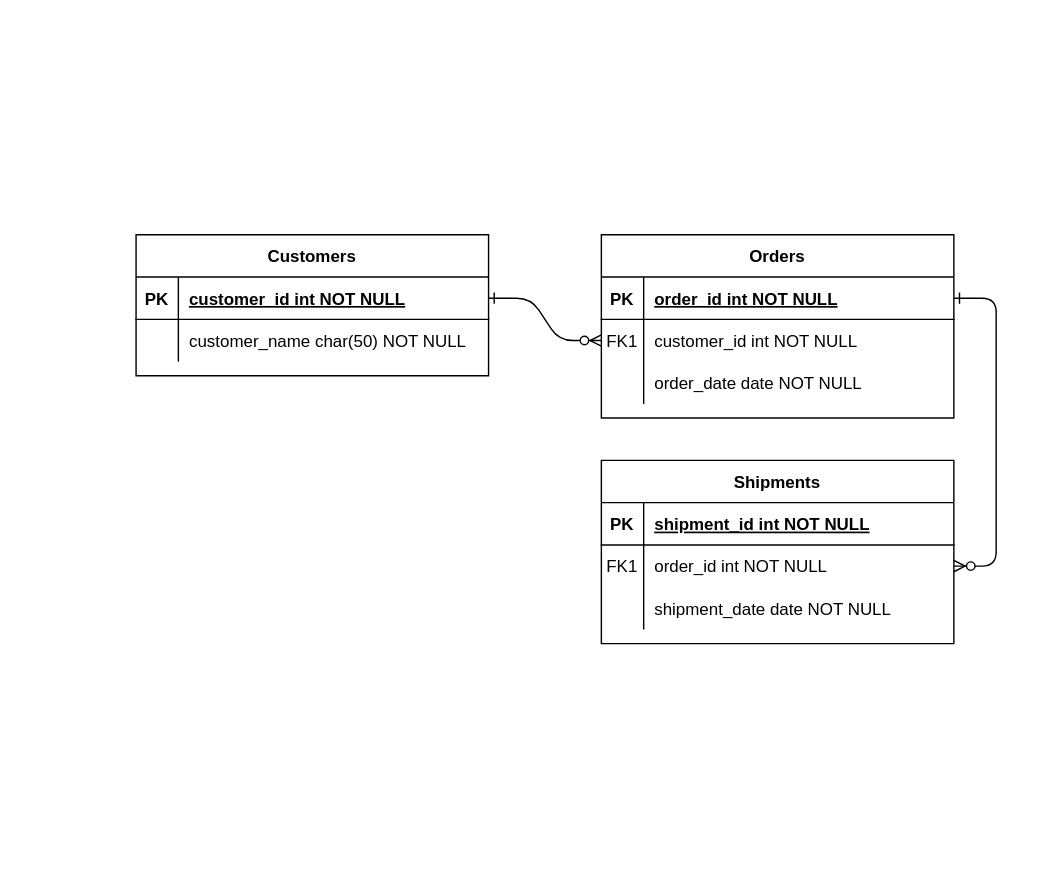
The draw.io diagram page "Page-1" (1 of 3) of ERmodel_practice1017.drawio in marco79811/ER_model, before the edit. Source tidied: cells renumbered, new cells numbered last; positions are measured from the earlier drawing's top-left corner, leaving out a move shared by most shapes. Both pictures are drawn from the tidied source at 141%, with x=0, y=0 at pixel (135, 234).
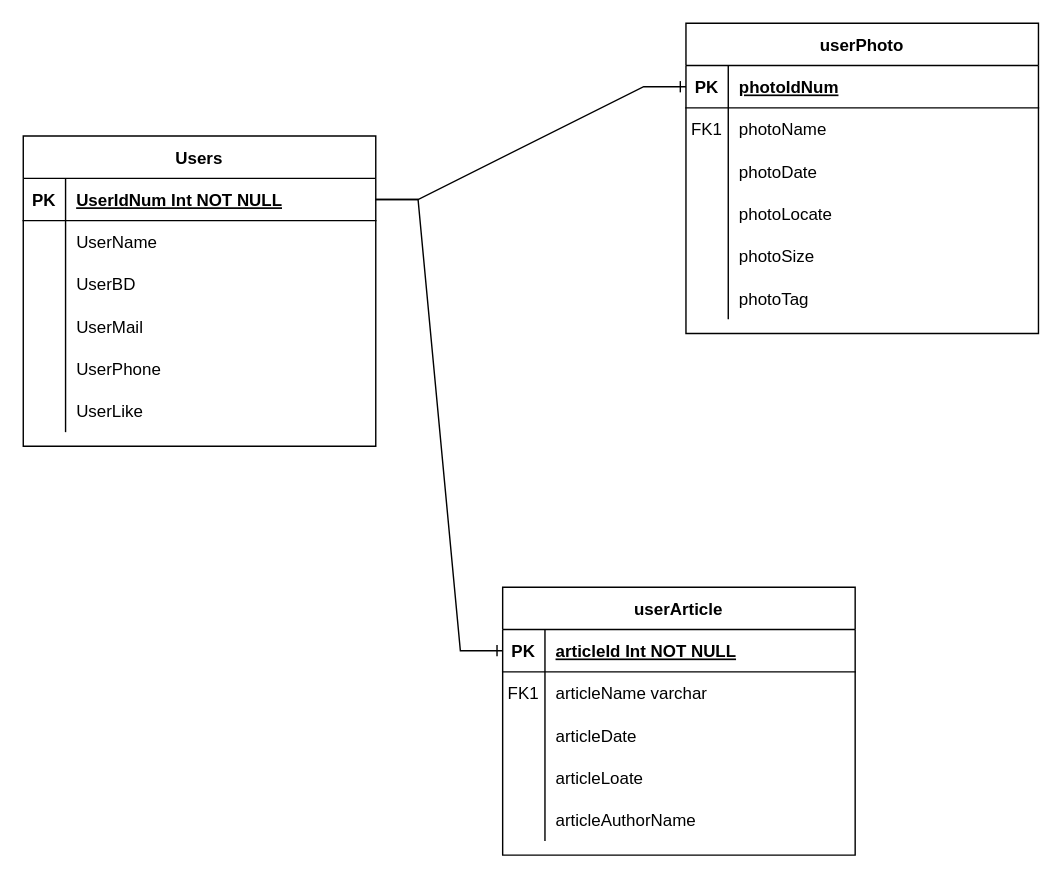
After the change.

The change refers to these unchanged cells:
```xml
<mxCell id="5" style="shape=partialRectangle;fillColor=none;points=[[0,0.5],[1,0.5]];portConstraint=eastwest;top=0;left=0;right=0;bottom=1;" parent="4" vertex="1">
  <mxGeometry y="30" width="250" height="30" as="geometry" />
</mxCell>
<mxCell id="8" style="shape=partialRectangle;fillColor=none;points=[[0,0.5],[1,0.5]];portConstraint=eastwest;top=0;left=0;right=0;bottom=0;" parent="4" vertex="1">
  <mxGeometry y="60" width="250" height="30" as="geometry" />
</mxCell>
<mxCell id="11" style="shape=partialRectangle;fillColor=none;top=0;left=0;right=0;bottom=0;" parent="4" vertex="1">
  <mxGeometry y="90" width="250" height="30" as="geometry" />
</mxCell>
<mxCell id="15" style="shape=partialRectangle;fillColor=none;points=[[0,0.5],[1,0.5]];portConstraint=eastwest;top=0;left=0;right=0;bottom=1;" parent="14" vertex="1">
  <mxGeometry y="30" width="250" height="30" as="geometry" />
</mxCell>
<mxCell id="18" style="shape=partialRectangle;fillColor=none;points=[[0,0.5],[1,0.5]];portConstraint=eastwest;top=0;left=0;right=0;bottom=0;" parent="14" vertex="1">
  <mxGeometry y="60" width="250" height="30" as="geometry" />
</mxCell>
<mxCell id="21" style="shape=partialRectangle;fillColor=none;top=0;left=0;right=0;bottom=0;" parent="14" vertex="1">
  <mxGeometry y="90" width="250" height="30" as="geometry" />
</mxCell>
<mxCell id="25" style="shape=partialRectangle;fillColor=none;points=[[0,0.5],[1,0.5]];portConstraint=eastwest;top=0;left=0;right=0;bottom=1;" parent="24" vertex="1">
  <mxGeometry y="30" width="250" height="30" as="geometry" />
</mxCell>
<mxCell id="28" style="shape=partialRectangle;fillColor=none;top=0;left=0;right=0;bottom=0;" parent="24" vertex="1">
  <mxGeometry y="60" width="250" height="30" as="geometry" />
</mxCell>
```

Diff of the diagram source:
```diff
@@
-    <mxCell id="2" style="edgeStyle=entityRelationEdgeStyle;endArrow=ERzeroToMany;startArrow=ERone;endFill=1;startFill=0;" parent="1" edge="1" source="25" target="8">
-      <mxGeometry relative="1" as="geometry" />
-    </mxCell>
-    <mxCell id="3" style="edgeStyle=entityRelationEdgeStyle;endArrow=ERzeroToMany;startArrow=ERone;endFill=1;startFill=0;" parent="1" edge="1" source="5" target="18">
-      <mxGeometry relative="1" as="geometry" />
-    </mxCell>
-    <mxCell id="4" value="Orders" style="shape=table;startSize=30;childLayout=tableLayout;rowLines=0;fontStyle=1;align=center;" parent="1" vertex="1">
-      <mxGeometry x="330" width="250" height="130" as="geometry" />
+    <mxCell id="4" value="userPhoto" style="shape=table;startSize=30;childLayout=tableLayout;rowLines=0;fontStyle=1;align=center;" parent="1" vertex="1">
+      <mxGeometry x="390" y="-150" width="250" height="220" as="geometry" />
     </mxCell>
@@
-    <mxCell id="7" value="order_id int NOT NULL " style="shape=partialRectangle;overflow=hidden;fillColor=none;top=0;left=0;bottom=0;right=0;align=left;spacingLeft=6;fontStyle=5;" parent="5" vertex="1">
+    <mxCell id="7" value="photoIdNum" style="shape=partialRectangle;overflow=hidden;fillColor=none;top=0;left=0;bottom=0;right=0;align=left;spacingLeft=6;fontStyle=5;" parent="5" vertex="1">
       <mxGeometry x="30" width="220" height="30" as="geometry" />
     </mxCell>
@@
-    <mxCell id="10" value="customer_id int NOT NULL" style="shape=partialRectangle;overflow=hidden;fillColor=none;top=0;left=0;bottom=0;right=0;align=left;spacingLeft=6;" parent="8" vertex="1">
+    <mxCell id="10" value="photoName" style="shape=partialRectangle;overflow=hidden;fillColor=none;top=0;left=0;bottom=0;right=0;align=left;spacingLeft=6;" parent="8" vertex="1">
       <mxGeometry x="30" width="220" height="30" as="geometry" />
     </mxCell>
@@
-    <mxCell id="13" value="order_date date NOT NULL" style="shape=partialRectangle;overflow=hidden;fillColor=none;top=0;left=0;bottom=0;right=0;align=left;spacingLeft=6;" parent="11" vertex="1">
+    <mxCell id="13" value="photoDate" style="shape=partialRectangle;overflow=hidden;fillColor=none;top=0;left=0;bottom=0;right=0;align=left;spacingLeft=6;" parent="11" vertex="1">
       <mxGeometry x="30" width="220" height="30" as="geometry" />
     </mxCell>
+    <mxCell id="31" style="shape=partialRectangle;fillColor=none;top=0;left=0;right=0;bottom=0;" parent="4" vertex="1">
+      <mxGeometry y="120" width="250" height="30" as="geometry" />
+    </mxCell>
+    <mxCell id="32" style="shape=partialRectangle;overflow=hidden;fillColor=none;top=0;left=0;bottom=0;right=0;" parent="31" vertex="1">
+      <mxGeometry width="30" height="30" as="geometry" />
+    </mxCell>
+    <mxCell id="33" value="photoLocate" style="shape=partialRectangle;overflow=hidden;fillColor=none;top=0;left=0;bottom=0;right=0;align=left;spacingLeft=6;" parent="31" vertex="1">
+      <mxGeometry x="30" width="220" height="30" as="geometry" />
+    </mxCell>
+    <mxCell id="34" style="shape=partialRectangle;fillColor=none;top=0;left=0;right=0;bottom=0;" parent="4" vertex="1">
+      <mxGeometry y="150" width="250" height="30" as="geometry" />
+    </mxCell>
+    <mxCell id="35" style="shape=partialRectangle;overflow=hidden;fillColor=none;top=0;left=0;bottom=0;right=0;" parent="34" vertex="1">
+      <mxGeometry width="30" height="30" as="geometry" />
+    </mxCell>
+    <mxCell id="36" value="photoSize" style="shape=partialRectangle;overflow=hidden;fillColor=none;top=0;left=0;bottom=0;right=0;align=left;spacingLeft=6;" parent="34" vertex="1">
+      <mxGeometry x="30" width="220" height="30" as="geometry" />
+    </mxCell>
+    <mxCell id="37" style="shape=partialRectangle;fillColor=none;top=0;left=0;right=0;bottom=0;" parent="4" vertex="1">
+      <mxGeometry y="180" width="250" height="30" as="geometry" />
+    </mxCell>
+    <mxCell id="38" style="shape=partialRectangle;overflow=hidden;fillColor=none;top=0;left=0;bottom=0;right=0;" parent="37" vertex="1">
+      <mxGeometry width="30" height="30" as="geometry" />
+    </mxCell>
+    <mxCell id="39" value="photoTag" style="shape=partialRectangle;overflow=hidden;fillColor=none;top=0;left=0;bottom=0;right=0;align=left;spacingLeft=6;" parent="37" vertex="1">
+      <mxGeometry x="30" width="220" height="30" as="geometry" />
+    </mxCell>
-    <mxCell id="14" value="Shipments" style="shape=table;startSize=30;childLayout=tableLayout;rowLines=0;fontStyle=1;align=center;" parent="1" vertex="1">
-      <mxGeometry x="330" y="160" width="250" height="130" as="geometry" />
+    <mxCell id="14" value="userArticle" style="shape=table;startSize=30;childLayout=tableLayout;rowLines=0;fontStyle=1;align=center;" parent="1" vertex="1">
+      <mxGeometry x="260" y="250" width="250" height="190" as="geometry" />
     </mxCell>
@@
-    <mxCell id="17" value="shipment_id int NOT NULL " style="shape=partialRectangle;overflow=hidden;fillColor=none;top=0;left=0;bottom=0;right=0;align=left;spacingLeft=6;fontStyle=5;" parent="15" vertex="1">
+    <mxCell id="17" value="articleId Int NOT NULL" style="shape=partialRectangle;overflow=hidden;fillColor=none;top=0;left=0;bottom=0;right=0;align=left;spacingLeft=6;fontStyle=5;" parent="15" vertex="1">
       <mxGeometry x="30" width="220" height="30" as="geometry" />
     </mxCell>
@@
-    <mxCell id="20" value="order_id int NOT NULL" style="shape=partialRectangle;overflow=hidden;fillColor=none;top=0;left=0;bottom=0;right=0;align=left;spacingLeft=6;" parent="18" vertex="1">
+    <mxCell id="20" value="articleName varchar" style="shape=partialRectangle;overflow=hidden;fillColor=none;top=0;left=0;bottom=0;right=0;align=left;spacingLeft=6;" parent="18" vertex="1">
       <mxGeometry x="30" width="220" height="30" as="geometry" />
     </mxCell>
@@
-    <mxCell id="23" value="shipment_date date NOT NULL" style="shape=partialRectangle;overflow=hidden;fillColor=none;top=0;left=0;bottom=0;right=0;align=left;spacingLeft=6;" parent="21" vertex="1">
+    <mxCell id="23" value="articleDate" style="shape=partialRectangle;overflow=hidden;fillColor=none;top=0;left=0;bottom=0;right=0;align=left;spacingLeft=6;" parent="21" vertex="1">
       <mxGeometry x="30" width="220" height="30" as="geometry" />
     </mxCell>
+    <mxCell id="40" style="shape=partialRectangle;fillColor=none;top=0;left=0;right=0;bottom=0;" parent="14" vertex="1">
+      <mxGeometry y="120" width="250" height="30" as="geometry" />
+    </mxCell>
+    <mxCell id="41" style="shape=partialRectangle;overflow=hidden;fillColor=none;top=0;left=0;bottom=0;right=0;" parent="40" vertex="1">
+      <mxGeometry width="30" height="30" as="geometry" />
+    </mxCell>
+    <mxCell id="42" value="articleLoate" style="shape=partialRectangle;overflow=hidden;fillColor=none;top=0;left=0;bottom=0;right=0;align=left;spacingLeft=6;" parent="40" vertex="1">
+      <mxGeometry x="30" width="220" height="30" as="geometry" />
+    </mxCell>
+    <mxCell id="43" style="shape=partialRectangle;fillColor=none;top=0;left=0;right=0;bottom=0;" parent="14" vertex="1">
+      <mxGeometry y="150" width="250" height="30" as="geometry" />
+    </mxCell>
+    <mxCell id="44" style="shape=partialRectangle;overflow=hidden;fillColor=none;top=0;left=0;bottom=0;right=0;" parent="43" vertex="1">
+      <mxGeometry width="30" height="30" as="geometry" />
+    </mxCell>
+    <mxCell id="45" value="articleAuthorName" style="shape=partialRectangle;overflow=hidden;fillColor=none;top=0;left=0;bottom=0;right=0;align=left;spacingLeft=6;" parent="43" vertex="1">
+      <mxGeometry x="30" width="220" height="30" as="geometry" />
+    </mxCell>
-    <mxCell id="24" value="Customers" style="shape=table;startSize=30;childLayout=tableLayout;rowLines=0;fontStyle=1;align=center;" parent="1" vertex="1">
-      <mxGeometry width="250" height="100" as="geometry" />
+    <mxCell id="24" value="Users" style="shape=table;startSize=30;childLayout=tableLayout;rowLines=0;fontStyle=1;align=center;" parent="1" vertex="1">
+      <mxGeometry x="-80" y="-70" width="250" height="220" as="geometry" />
     </mxCell>
@@
-    <mxCell id="27" value="customer_id int NOT NULL " style="shape=partialRectangle;overflow=hidden;fillColor=none;top=0;left=0;bottom=0;right=0;align=left;spacingLeft=6;fontStyle=5;" parent="25" vertex="1">
+    <mxCell id="27" value="UserIdNum Int NOT NULL" style="shape=partialRectangle;overflow=hidden;fillColor=none;top=0;left=0;bottom=0;right=0;align=left;spacingLeft=6;fontStyle=5;" parent="25" vertex="1">
       <mxGeometry x="30" width="220" height="30" as="geometry" />
     </mxCell>
@@
-    <mxCell id="30" value="customer_name char(50) NOT NULL" style="shape=partialRectangle;overflow=hidden;fillColor=none;top=0;left=0;bottom=0;right=0;align=left;spacingLeft=6;" parent="28" vertex="1">
+    <mxCell id="30" value="UserName" style="shape=partialRectangle;overflow=hidden;fillColor=none;top=0;left=0;bottom=0;right=0;align=left;spacingLeft=6;" parent="28" vertex="1">
       <mxGeometry x="30" width="220" height="30" as="geometry" />
     </mxCell>
+    <mxCell id="46" style="shape=partialRectangle;fillColor=none;top=0;left=0;right=0;bottom=0;" parent="24" vertex="1">
+      <mxGeometry y="90" width="250" height="30" as="geometry" />
+    </mxCell>
+    <mxCell id="47" style="shape=partialRectangle;overflow=hidden;fillColor=none;top=0;left=0;bottom=0;right=0;" parent="46" vertex="1">
+      <mxGeometry width="30" height="30" as="geometry" />
+    </mxCell>
+    <mxCell id="48" value="UserBD" style="shape=partialRectangle;overflow=hidden;fillColor=none;top=0;left=0;bottom=0;right=0;align=left;spacingLeft=6;" parent="46" vertex="1">
+      <mxGeometry x="30" width="220" height="30" as="geometry" />
+    </mxCell>
+    <mxCell id="49" style="shape=partialRectangle;fillColor=none;top=0;left=0;right=0;bottom=0;" parent="24" vertex="1">
+      <mxGeometry y="120" width="250" height="30" as="geometry" />
+    </mxCell>
+    <mxCell id="50" style="shape=partialRectangle;overflow=hidden;fillColor=none;top=0;left=0;bottom=0;right=0;" parent="49" vertex="1">
+      <mxGeometry width="30" height="30" as="geometry" />
+    </mxCell>
+    <mxCell id="51" value="UserMail" style="shape=partialRectangle;overflow=hidden;fillColor=none;top=0;left=0;bottom=0;right=0;align=left;spacingLeft=6;" parent="49" vertex="1">
+      <mxGeometry x="30" width="220" height="30" as="geometry" />
+    </mxCell>
+    <mxCell id="52" style="shape=partialRectangle;fillColor=none;top=0;left=0;right=0;bottom=0;" parent="24" vertex="1">
+      <mxGeometry y="150" width="250" height="30" as="geometry" />
+    </mxCell>
+    <mxCell id="53" style="shape=partialRectangle;overflow=hidden;fillColor=none;top=0;left=0;bottom=0;right=0;" parent="52" vertex="1">
+      <mxGeometry width="30" height="30" as="geometry" />
+    </mxCell>
+    <mxCell id="54" value="UserPhone" style="shape=partialRectangle;overflow=hidden;fillColor=none;top=0;left=0;bottom=0;right=0;align=left;spacingLeft=6;" parent="52" vertex="1">
+      <mxGeometry x="30" width="220" height="30" as="geometry" />
+    </mxCell>
+    <mxCell id="55" style="shape=partialRectangle;fillColor=none;top=0;left=0;right=0;bottom=0;" parent="24" vertex="1">
+      <mxGeometry y="180" width="250" height="30" as="geometry" />
+    </mxCell>
+    <mxCell id="56" style="shape=partialRectangle;overflow=hidden;fillColor=none;top=0;left=0;bottom=0;right=0;" parent="55" vertex="1">
+      <mxGeometry width="30" height="30" as="geometry" />
+    </mxCell>
+    <mxCell id="57" value="UserLike" style="shape=partialRectangle;overflow=hidden;fillColor=none;top=0;left=0;bottom=0;right=0;align=left;spacingLeft=6;" parent="55" vertex="1">
+      <mxGeometry x="30" width="220" height="30" as="geometry" />
+    </mxCell>
+    <mxCell id="58" style="edgeStyle=entityRelationEdgeStyle;fontSize=12;html=1;endArrow=ERone;endFill=1;rounded=0;exitX=1;exitY=0.5;exitDx=0;exitDy=0;entryX=0;entryY=0.5;entryDx=0;entryDy=0;" parent="1" edge="1" source="25" target="15">
+      <mxGeometry relative="1" as="geometry" />
+    </mxCell>
+    <mxCell id="59" style="edgeStyle=entityRelationEdgeStyle;fontSize=12;html=1;endArrow=ERone;endFill=1;rounded=0;exitX=1;exitY=0.5;exitDx=0;exitDy=0;entryX=0;entryY=0.5;entryDx=0;entryDy=0;" parent="1" edge="1" source="25" target="5">
+      <mxGeometry relative="1" as="geometry" />
+    </mxCell>
```
